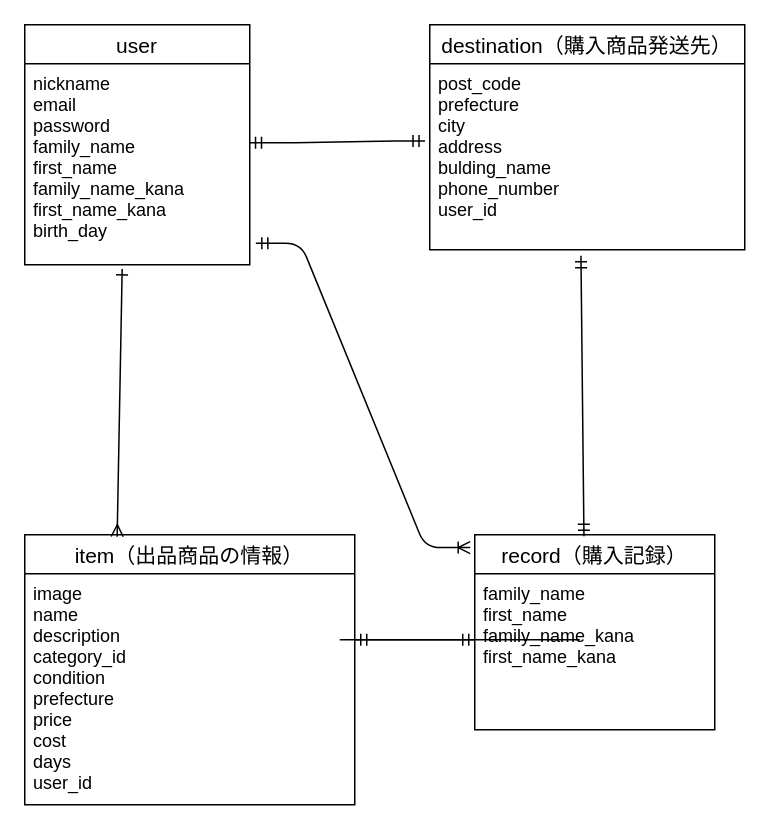
The draw.io diagram furima.dio in s05098st/furima-34004, before the edit. Source tidied: cells renumbered, new cells numbered last; positions are measured from the earlier drawing's top-left corner, leaving out a move shared by most shapes. Both pictures are drawn from the tidied source at 150%, with x=0, y=0 at pixel (24, 24).
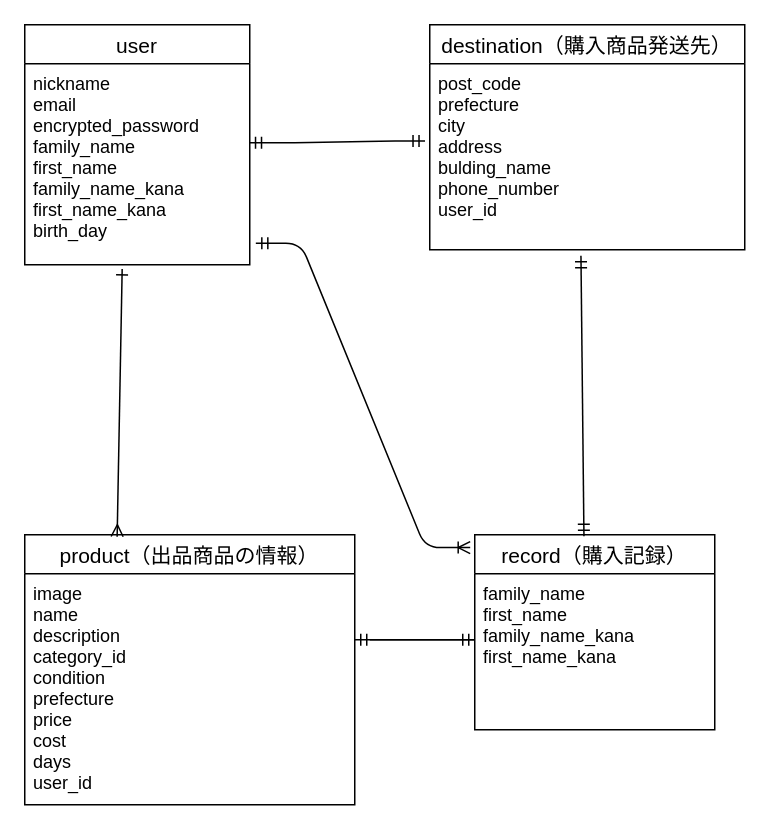
After the change.

Commit message (it also covers changes not shown here):
README指摘箇所修正及びER図修正

Change to the diagram source:
```diff
@@
 <mxGraphModel>
   <root>
     <mxCell id="0" />
     <mxCell id="1" parent="0" />
     <mxCell id="2" value="user" style="swimlane;fontStyle=0;horizontal=1;startSize=26;align=center;fontSize=14;" parent="1" vertex="1">
       <mxGeometry width="150" height="160" as="geometry" />
     </mxCell>
-    <mxCell id="3" value="nickname&#10;email&#10;password&#10;family_name&#10;first_name&#10;family_name_kana&#10;first_name_kana&#10;birth_day&#10;" style="text;strokeColor=none;fillColor=none;spacingLeft=4;spacingRight=4;overflow=hidden;points=[[0,0.5],[1,0.5]];portConstraint=eastwest;fontSize=12;" parent="2" vertex="1">
+    <mxCell id="3" value="nickname&#10;email&#10;encrypted_password&#10;family_name&#10;first_name&#10;family_name_kana&#10;first_name_kana&#10;birth_day&#10;" style="text;strokeColor=none;fillColor=none;spacingLeft=4;spacingRight=4;overflow=hidden;points=[[0,0.5],[1,0.5]];portConstraint=eastwest;fontSize=12;" parent="2" vertex="1">
       <mxGeometry y="26" width="150" height="134" as="geometry" />
     </mxCell>
-    <mxCell id="4" value="item（出品商品の情報）" style="swimlane;fontStyle=0;horizontal=1;startSize=26;align=center;fontSize=14;" parent="1" vertex="1">
+    <mxCell id="4" value="product（出品商品の情報）" style="swimlane;fontStyle=0;horizontal=1;startSize=26;align=center;fontSize=14;" parent="1" vertex="1">
       <mxGeometry y="340" width="220" height="180" as="geometry" />
     </mxCell>
     <mxCell id="5" value="image&#10;name&#10;description&#10;category_id&#10;condition&#10;prefecture&#10;price&#10;cost&#10;days&#10;user_id&#10;" style="text;strokeColor=none;fillColor=none;spacingLeft=4;spacingRight=4;overflow=hidden;fontSize=12;" parent="4" vertex="1">
       <mxGeometry y="26" width="220" height="154" as="geometry" />
     </mxCell>
     <mxCell id="6" value="destination（購入商品発送先）" style="swimlane;fontStyle=0;horizontal=1;startSize=26;align=center;fontSize=14;" parent="1" vertex="1">
       <mxGeometry x="270" width="210" height="150" as="geometry" />
     </mxCell>
     <mxCell id="7" value="post_code&#10;prefecture&#10;city&#10;address&#10;bulding_name&#10;phone_number&#10;user_id&#10;" style="text;strokeColor=none;fillColor=none;spacingLeft=4;spacingRight=4;overflow=hidden;points=[[0,0.5],[1,0.5]];portConstraint=eastwest;fontSize=12;" parent="6" vertex="1">
       <mxGeometry y="26" width="210" height="124" as="geometry" />
     </mxCell>
     <mxCell id="8" value="record（購入記録）" style="swimlane;fontStyle=0;horizontal=1;startSize=26;align=center;fontSize=14;" parent="1" vertex="1">
       <mxGeometry x="300" y="340" width="160" height="130" as="geometry" />
     </mxCell>
     <mxCell id="9" value="family_name&#10;first_name&#10;family_name_kana&#10;first_name_kana" style="text;strokeColor=none;fillColor=none;spacingLeft=4;spacingRight=4;overflow=hidden;points=[[0,0.5],[1,0.5]];portConstraint=eastwest;fontSize=12;" parent="8" vertex="1">
       <mxGeometry y="26" width="160" height="104" as="geometry" />
     </mxCell>
     <mxCell id="10" style="edgeStyle=entityRelationEdgeStyle;fontSize=12;html=1;endArrow=ERmandOne;startArrow=ERmandOne;entryX=-0.015;entryY=0.416;entryDx=0;entryDy=0;entryPerimeter=0;exitX=0.999;exitY=0.393;exitDx=0;exitDy=0;exitPerimeter=0;" parent="1" edge="1" source="3" target="7">
       <mxGeometry relative="1" as="geometry" />
     </mxCell>
     <mxCell id="11" style="endArrow=ERmany;html=1;rounded=0;exitX=0.433;exitY=1.021;exitDx=0;exitDy=0;exitPerimeter=0;startArrow=ERone;startFill=0;entryX=0.28;entryY=0.007;entryDx=0;entryDy=0;entryPerimeter=0;endFill=0;" parent="1" edge="1" source="3" target="4">
       <mxGeometry relative="1" as="geometry" />
     </mxCell>
     <mxCell id="12" style="edgeStyle=entityRelationEdgeStyle;fontSize=12;html=1;endArrow=ERmandOne;startArrow=ERmandOne;entryX=0;entryY=0.423;entryDx=0;entryDy=0;entryPerimeter=0;" parent="1" edge="1" target="9">
       <mxGeometry relative="1" as="geometry">
         <mxPoint x="220" y="410" as="sourcePoint" />
       </mxGeometry>
     </mxCell>
     <mxCell id="13" style="endArrow=ERmandOne;html=1;rounded=0;exitX=0.48;exitY=1.032;exitDx=0;exitDy=0;exitPerimeter=0;startArrow=ERmandOne;startFill=0;endFill=0;entryX=0.455;entryY=0.008;entryDx=0;entryDy=0;entryPerimeter=0;" parent="1" edge="1" source="7" target="8">
       <mxGeometry relative="1" as="geometry" />
     </mxCell>
     <mxCell id="14" style="endArrow=none;html=1;rounded=0;" parent="1" edge="1">
       <mxGeometry relative="1" as="geometry">
-        <mxPoint x="210" y="410" as="sourcePoint" />
-        <mxPoint x="370" y="410" as="targetPoint" />
+        <mxPoint x="230" y="410" as="sourcePoint" />
+        <mxPoint x="300" y="410" as="targetPoint" />
       </mxGeometry>
     </mxCell>
     <mxCell id="15" style="edgeStyle=entityRelationEdgeStyle;fontSize=12;html=1;endArrow=ERoneToMany;startArrow=ERmandOne;exitX=1.027;exitY=0.893;exitDx=0;exitDy=0;exitPerimeter=0;entryX=-0.019;entryY=0.066;entryDx=0;entryDy=0;entryPerimeter=0;" parent="1" edge="1" source="3" target="8">
       <mxGeometry relative="1" as="geometry" />
     </mxCell>
   </root>
 </mxGraphModel>
```
